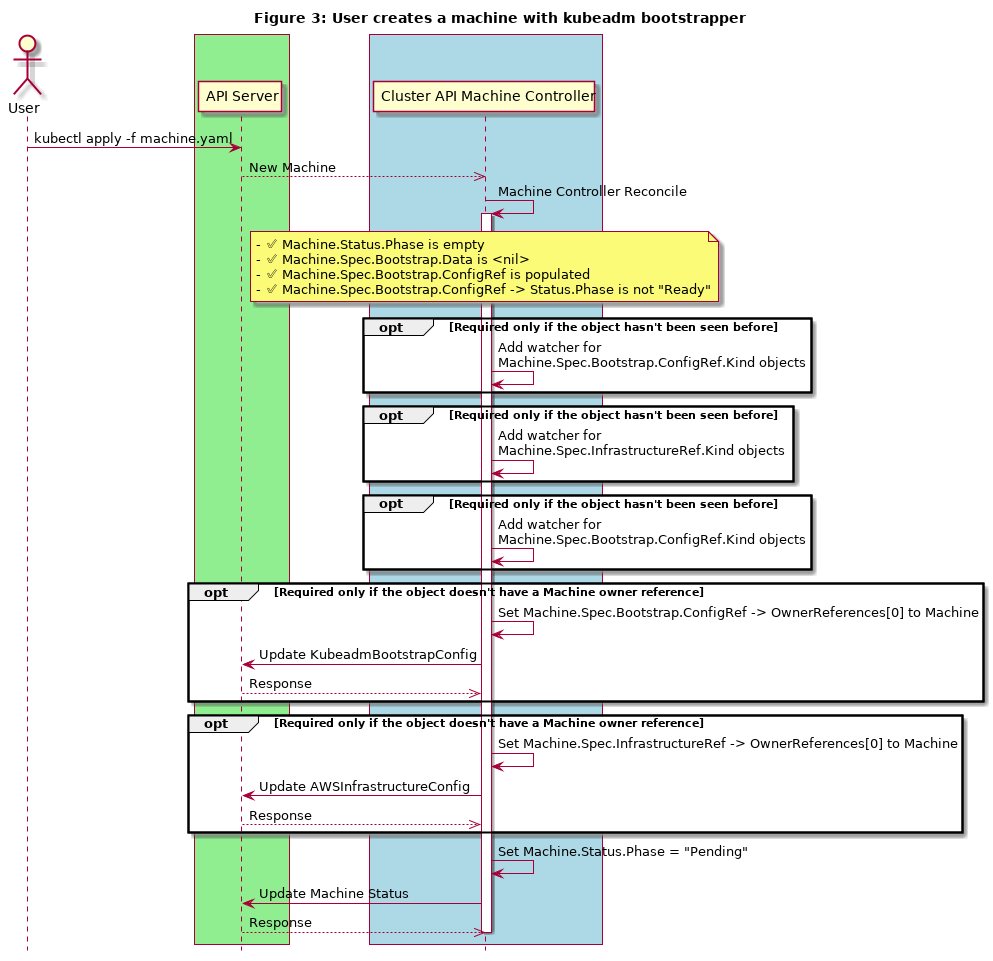
Above: docs/proposals/images/machine-states-preboot/Figure3.png in kubernetes-sigs/cluster-api (PlantUML), before the change.
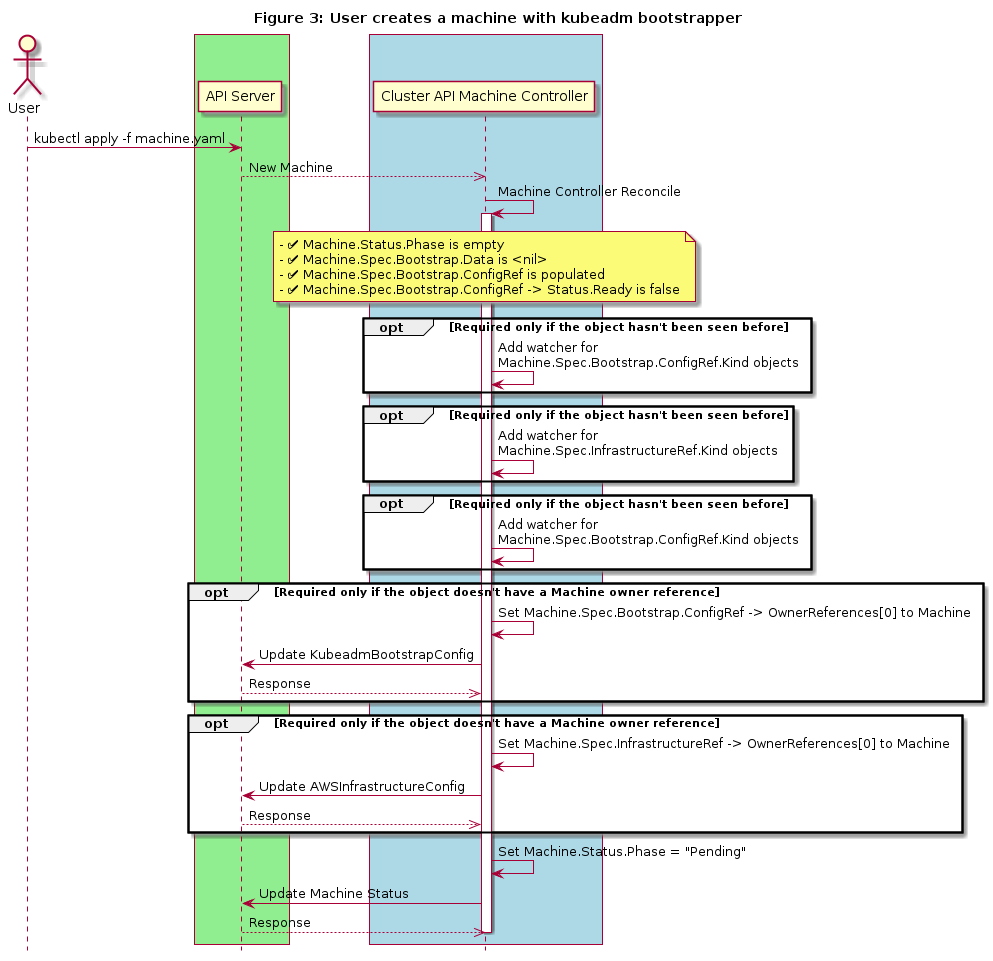
After the change.

Commit message:
Update bootstrap proposal: document Status.Ready

Diff of the diagram source:
```diff
@@ -19,7 +19,7 @@
 activate "Cluster API Machine Controller"
 
 
-note over "Cluster API Machine Controller": - ✅ Machine.Status.Phase is empty\n- ✅ Machine.Spec.Bootstrap.Data is <nil>\n- ✅ Machine.Spec.Bootstrap.ConfigRef is populated\n- ✅ Machine.Spec.Bootstrap.ConfigRef -> Status.Phase is not "Ready"
+note over "Cluster API Machine Controller": - ✅ Machine.Status.Phase is empty\n- ✅ Machine.Spec.Bootstrap.Data is <nil>\n- ✅ Machine.Spec.Bootstrap.ConfigRef is populated\n- ✅ Machine.Spec.Bootstrap.ConfigRef -> Status.Ready is false
 
 opt Required only if the object hasn't been seen before
 "Cluster API Machine Controller"-> "Cluster API Machine Controller":Add watcher for \nMachine.Spec.Bootstrap.ConfigRef.Kind objects
```
